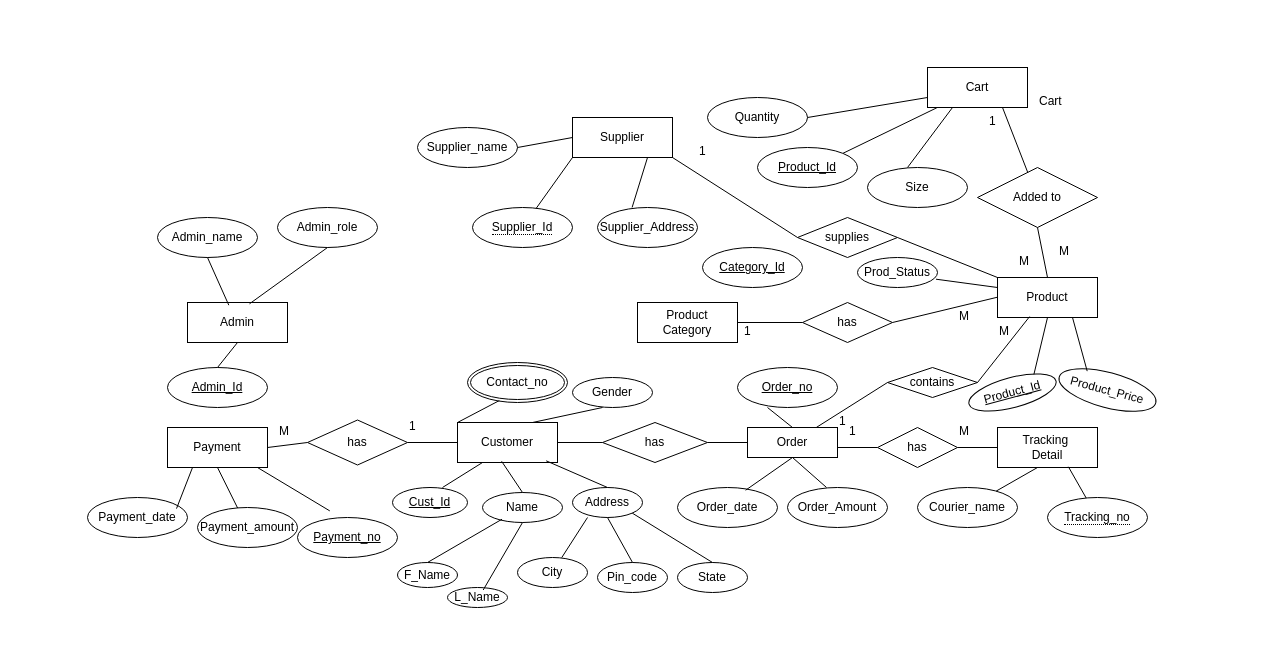
Before: Untitled Diagram.drawio in GitFather47/SmartKroy-Online-Shopping-App, a draw.io diagram. Source tidied: cells renumbered, new cells numbered last; positions are measured from the earlier drawing's top-left corner, leaving out a move shared by most shapes. Both pictures are drawn from the tidied source at 100%, with x=0, y=0 at pixel (87, 67).
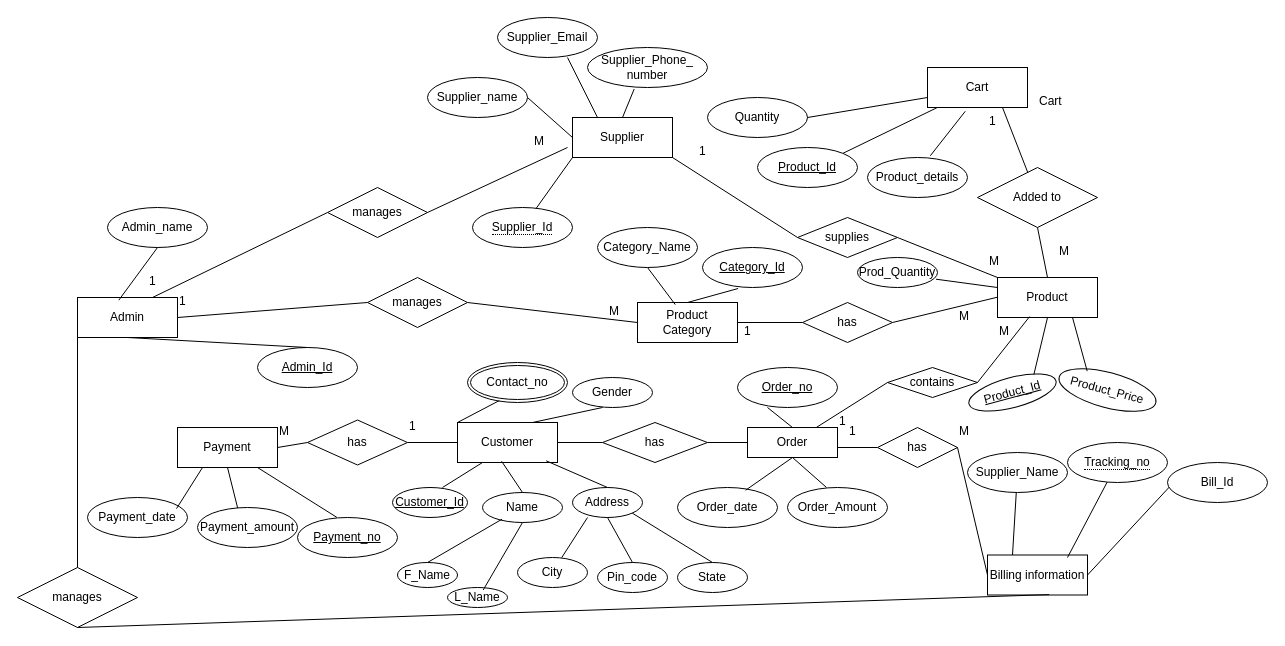
The same page after the edit.

Unchanged cells that the change refers to:
```xml
<mxCell id="2" value="Cart" style="whiteSpace=wrap;html=1;align=center;" parent="1" vertex="1">
  <mxGeometry x="840" width="100" height="40" as="geometry" />
</mxCell>
<mxCell id="25" value="Supplier" style="whiteSpace=wrap;html=1;align=center;" parent="1" vertex="1">
  <mxGeometry x="485" y="50" width="100" height="40" as="geometry" />
</mxCell>
<mxCell id="34" value="Product&lt;div&gt;Category&lt;/div&gt;" style="whiteSpace=wrap;html=1;align=center;" parent="1" vertex="1">
  <mxGeometry x="550" y="235" width="100" height="40" as="geometry" />
</mxCell>
<mxCell id="36" value="Category_Id" style="ellipse;whiteSpace=wrap;html=1;align=center;fontStyle=4;" parent="1" vertex="1">
  <mxGeometry x="615" y="180" width="100" height="40" as="geometry" />
</mxCell>
<mxCell id="78" value="Payment_no" style="ellipse;whiteSpace=wrap;html=1;align=center;fontStyle=4;" parent="1" vertex="1">
  <mxGeometry x="210" y="450" width="100" height="40" as="geometry" />
</mxCell>
```

The edit, as a diff of the source:
```diff
@@
-    <mxCell id="4" value="Size" style="ellipse;whiteSpace=wrap;html=1;align=center;" parent="1" vertex="1">
-      <mxGeometry x="780" y="100" width="100" height="40" as="geometry" />
-    </mxCell>
@@
-    <mxCell id="6" style="endArrow=none;html=1;rounded=0;entryX=0.25;entryY=1;entryDx=0;entryDy=0;" parent="1" edge="1" target="2">
-      <mxGeometry relative="1" as="geometry">
-        <mxPoint x="820" y="100" as="sourcePoint" />
-      </mxGeometry>
-    </mxCell>
@@
     <mxCell id="14" value="M" style="text;whiteSpace=wrap;html=1;" parent="1" vertex="1">
-      <mxGeometry x="930" y="180" width="60" height="40" as="geometry" />
+      <mxGeometry x="900" y="180" width="60" height="40" as="geometry" />
     </mxCell>
@@
     <mxCell id="28" value="Supplier_name" style="ellipse;whiteSpace=wrap;html=1;align=center;" parent="1" vertex="1">
-      <mxGeometry x="330" y="60" width="100" height="40" as="geometry" />
+      <mxGeometry x="340" y="10" width="100" height="40" as="geometry" />
     </mxCell>
@@
-    <mxCell id="30" value="Supplier_Address" style="ellipse;whiteSpace=wrap;html=1;align=center;" parent="1" vertex="1">
-      <mxGeometry x="510" y="140" width="100" height="40" as="geometry" />
+    <mxCell id="30" value="Supplier_Email" style="ellipse;whiteSpace=wrap;html=1;align=center;" parent="1" vertex="1">
+      <mxGeometry x="410" y="-50" width="100" height="40" as="geometry" />
     </mxCell>
@@
-    <mxCell id="33" style="endArrow=none;html=1;rounded=0;exitX=0.346;exitY=-0.001;exitDx=0;exitDy=0;exitPerimeter=0;entryX=0.75;entryY=1;entryDx=0;entryDy=0;" parent="1" edge="1" source="30" target="25">
-      <mxGeometry relative="1" as="geometry" />
+    <mxCell id="33" style="endArrow=none;html=1;rounded=0;entryX=0.25;entryY=0;entryDx=0;entryDy=0;" parent="1" edge="1" target="25">
+      <mxGeometry relative="1" as="geometry">
+        <mxPoint x="480" y="-10" as="sourcePoint" />
+      </mxGeometry>
     </mxCell>
@@
-    <mxCell id="37" value="Prod_Status" style="ellipse;whiteSpace=wrap;html=1;align=center;" parent="1" vertex="1">
+    <mxCell id="37" value="Prod_Quantity" style="ellipse;whiteSpace=wrap;html=1;align=center;" parent="1" vertex="1">
       <mxGeometry x="770" y="190" width="80" height="30" as="geometry" />
     </mxCell>
@@
-    <mxCell id="48" value="Tracking&amp;nbsp;&lt;div&gt;Detail&lt;/div&gt;" style="whiteSpace=wrap;html=1;align=center;" parent="1" vertex="1">
-      <mxGeometry x="910" y="360" width="100" height="40" as="geometry" />
+    <mxCell id="48" value="Billing information" style="whiteSpace=wrap;html=1;align=center;" parent="1" vertex="1">
+      <mxGeometry x="900" y="487.5" width="100" height="40" as="geometry" />
     </mxCell>
@@
-    <mxCell id="51" value="Courier_name" style="ellipse;whiteSpace=wrap;html=1;align=center;" parent="1" vertex="1">
-      <mxGeometry x="830" y="420" width="100" height="40" as="geometry" />
+    <mxCell id="51" value="Supplier_Name" style="ellipse;whiteSpace=wrap;html=1;align=center;" parent="1" vertex="1">
+      <mxGeometry x="880" y="385" width="100" height="40" as="geometry" />
     </mxCell>
-    <mxCell id="52" style="endArrow=none;html=1;rounded=0;" parent="1" edge="1" source="51">
-      <mxGeometry relative="1" as="geometry">
-        <mxPoint x="950" y="400" as="targetPoint" />
-      </mxGeometry>
+    <mxCell id="52" style="endArrow=none;html=1;rounded=0;entryX=0.25;entryY=0;entryDx=0;entryDy=0;" parent="1" edge="1" source="51" target="48">
+      <mxGeometry relative="1" as="geometry" />
     </mxCell>
     <mxCell id="53" value="&lt;span style=&quot;border-bottom: 1px dotted&quot;&gt;Tracking_no&lt;/span&gt;" style="ellipse;whiteSpace=wrap;html=1;align=center;" parent="1" vertex="1">
-      <mxGeometry x="960" y="430" width="100" height="40" as="geometry" />
+      <mxGeometry x="980" y="375" width="100" height="40" as="geometry" />
     </mxCell>
-    <mxCell id="54" style="endArrow=none;html=1;rounded=0;entryX=0.709;entryY=0.982;entryDx=0;entryDy=0;entryPerimeter=0;" parent="1" edge="1" source="53" target="48">
-      <mxGeometry relative="1" as="geometry" />
+    <mxCell id="54" style="endArrow=none;html=1;rounded=0;" parent="1" edge="1" source="53">
+      <mxGeometry relative="1" as="geometry">
+        <mxPoint x="980" y="490" as="targetPoint" />
+      </mxGeometry>
     </mxCell>
@@
     <mxCell id="69" value="Payment" style="whiteSpace=wrap;html=1;align=center;" parent="1" vertex="1">
-      <mxGeometry x="80" y="360" width="100" height="40" as="geometry" />
+      <mxGeometry x="90" y="360" width="100" height="40" as="geometry" />
     </mxCell>
@@
-    <mxCell id="77" style="endArrow=none;html=1;rounded=0;" parent="1" edge="1">
+    <mxCell id="77" style="endArrow=none;html=1;rounded=0;entryX=0.394;entryY=-0.003;entryDx=0;entryDy=0;entryPerimeter=0;" parent="1" edge="1" target="78">
       <mxGeometry relative="1" as="geometry">
         <mxPoint x="170" y="400" as="sourcePoint" />
-        <mxPoint x="242.3" y="443.4" as="targetPoint" />
       </mxGeometry>
     </mxCell>
@@
-    <mxCell id="86" value="Cust_Id" style="ellipse;whiteSpace=wrap;html=1;align=center;fontStyle=4;" parent="1" vertex="1">
+    <mxCell id="86" value="Customer_Id" style="ellipse;whiteSpace=wrap;html=1;align=center;fontStyle=4;" parent="1" vertex="1">
       <mxGeometry x="305" y="420" width="75" height="30" as="geometry" />
     </mxCell>
@@
     <mxCell id="98" value="Admin" style="whiteSpace=wrap;html=1;align=center;" parent="1" vertex="1">
-      <mxGeometry x="100" y="235" width="100" height="40" as="geometry" />
+      <mxGeometry x="-10" y="230" width="100" height="40" as="geometry" />
     </mxCell>
     <mxCell id="99" value="Admin_name" style="ellipse;whiteSpace=wrap;html=1;align=center;" parent="1" vertex="1">
-      <mxGeometry x="70" y="150" width="100" height="40" as="geometry" />
+      <mxGeometry x="20" y="140" width="100" height="40" as="geometry" />
     </mxCell>
-    <mxCell id="100" value="Admin_role" style="ellipse;whiteSpace=wrap;html=1;align=center;" parent="1" vertex="1">
-      <mxGeometry x="190" y="140" width="100" height="40" as="geometry" />
-    </mxCell>
-    <mxCell id="101" style="endArrow=none;html=1;rounded=0;exitX=0.62;exitY=0.033;exitDx=0;exitDy=0;exitPerimeter=0;entryX=0.5;entryY=1;entryDx=0;entryDy=0;" parent="1" edge="1" source="98" target="100">
-      <mxGeometry relative="1" as="geometry" />
-    </mxCell>
@@
     <mxCell id="103" value="Admin_Id" style="ellipse;whiteSpace=wrap;html=1;align=center;fontStyle=4;" parent="1" vertex="1">
-      <mxGeometry x="80" y="300" width="100" height="40" as="geometry" />
+      <mxGeometry x="170" y="280" width="100" height="40" as="geometry" />
     </mxCell>
@@
+    <mxCell id="106" value="manages" style="shape=rhombus;perimeter=rhombusPerimeter;whiteSpace=wrap;html=1;align=center;" parent="1" vertex="1">
+      <mxGeometry x="280" y="210" width="100" height="50" as="geometry" />
+    </mxCell>
+    <mxCell id="107" style="endArrow=none;html=1;rounded=0;exitX=1;exitY=0.5;exitDx=0;exitDy=0;entryX=0;entryY=0.5;entryDx=0;entryDy=0;" parent="1" edge="1" source="98" target="106">
+      <mxGeometry relative="1" as="geometry" />
+    </mxCell>
+    <mxCell id="108" style="endArrow=none;html=1;rounded=0;exitX=1;exitY=0.5;exitDx=0;exitDy=0;entryX=0;entryY=0.5;entryDx=0;entryDy=0;" parent="1" edge="1" source="106" target="34">
+      <mxGeometry relative="1" as="geometry" />
+    </mxCell>
+    <mxCell id="109" value="1" style="text;whiteSpace=wrap;html=1;" parent="1" vertex="1">
+      <mxGeometry x="90" y="220" width="40" height="30" as="geometry" />
+    </mxCell>
+    <mxCell id="110" value="M" style="text;whiteSpace=wrap;html=1;" parent="1" vertex="1">
+      <mxGeometry x="520" y="230" width="60" height="40" as="geometry" />
+    </mxCell>
+    <mxCell id="111" style="endArrow=none;html=1;rounded=0;exitX=0.75;exitY=0;exitDx=0;exitDy=0;entryX=0;entryY=0.5;entryDx=0;entryDy=0;" parent="1" edge="1" source="98" target="112">
+      <mxGeometry relative="1" as="geometry" />
+    </mxCell>
+    <mxCell id="112" value="manages" style="shape=rhombus;perimeter=rhombusPerimeter;whiteSpace=wrap;html=1;align=center;" parent="1" vertex="1">
+      <mxGeometry x="240" y="120" width="100" height="50" as="geometry" />
+    </mxCell>
+    <mxCell id="113" style="endArrow=none;html=1;rounded=0;exitX=1;exitY=0.5;exitDx=0;exitDy=0;" parent="1" edge="1" source="112">
+      <mxGeometry relative="1" as="geometry">
+        <mxPoint x="480" y="80" as="targetPoint" />
+      </mxGeometry>
+    </mxCell>
+    <mxCell id="114" value="M" style="text;whiteSpace=wrap;html=1;" parent="1" vertex="1">
+      <mxGeometry x="445" y="60" width="40" height="30" as="geometry" />
+    </mxCell>
+    <mxCell id="115" value="Supplier_Phone_&lt;div&gt;number&lt;/div&gt;" style="ellipse;whiteSpace=wrap;html=1;align=center;" parent="1" vertex="1">
+      <mxGeometry x="500" y="-20" width="120" height="40" as="geometry" />
+    </mxCell>
+    <mxCell id="116" style="endArrow=none;html=1;rounded=0;exitX=0.389;exitY=1.039;exitDx=0;exitDy=0;exitPerimeter=0;entryX=0.5;entryY=0;entryDx=0;entryDy=0;" parent="1" edge="1" source="115" target="25">
+      <mxGeometry relative="1" as="geometry" />
+    </mxCell>
+    <mxCell id="117" style="endArrow=none;html=1;rounded=0;exitX=0.5;exitY=0;exitDx=0;exitDy=0;entryX=0.356;entryY=1.025;entryDx=0;entryDy=0;entryPerimeter=0;" parent="1" edge="1" source="34" target="36">
+      <mxGeometry relative="1" as="geometry" />
+    </mxCell>
+    <mxCell id="118" style="endArrow=none;html=1;rounded=0;exitX=0.5;exitY=1;exitDx=0;exitDy=0;entryX=0.378;entryY=0.053;entryDx=0;entryDy=0;entryPerimeter=0;" parent="1" edge="1" target="34">
+      <mxGeometry relative="1" as="geometry">
+        <mxPoint x="560" y="200" as="sourcePoint" />
+      </mxGeometry>
+    </mxCell>
+    <mxCell id="119" value="Category_Name" style="ellipse;whiteSpace=wrap;html=1;align=center;" parent="1" vertex="1">
+      <mxGeometry x="510" y="160" width="100" height="40" as="geometry" />
+    </mxCell>
+    <mxCell id="120" value="Product_details" style="ellipse;whiteSpace=wrap;html=1;align=center;" parent="1" vertex="1">
+      <mxGeometry x="780" y="90" width="100" height="40" as="geometry" />
+    </mxCell>
+    <mxCell id="121" style="endArrow=none;html=1;rounded=0;exitX=0.378;exitY=1.094;exitDx=0;exitDy=0;exitPerimeter=0;entryX=0.628;entryY=-0.044;entryDx=0;entryDy=0;entryPerimeter=0;" parent="1" edge="1" source="2" target="120">
+      <mxGeometry relative="1" as="geometry" />
+    </mxCell>
+    <mxCell id="122" style="endArrow=none;html=1;rounded=0;entryX=1;entryY=0.5;entryDx=0;entryDy=0;" parent="1" edge="1" target="48">
+      <mxGeometry relative="1" as="geometry">
+        <mxPoint x="1100" y="400" as="sourcePoint" />
+      </mxGeometry>
+    </mxCell>
+    <mxCell id="123" value="Bill_Id" style="ellipse;whiteSpace=wrap;html=1;align=center;" parent="1" vertex="1">
+      <mxGeometry x="1080" y="395" width="100" height="40" as="geometry" />
+    </mxCell>
+    <mxCell id="124" value="manages" style="shape=rhombus;perimeter=rhombusPerimeter;whiteSpace=wrap;html=1;align=center;" parent="1" vertex="1">
+      <mxGeometry x="-70" y="500" width="120" height="60" as="geometry" />
+    </mxCell>
+    <mxCell id="125" style="endArrow=none;html=1;rounded=0;entryX=0;entryY=0.5;entryDx=0;entryDy=0;" parent="1" edge="1" source="124" target="98">
+      <mxGeometry relative="1" as="geometry" />
+    </mxCell>
+    <mxCell id="126" style="endArrow=none;html=1;rounded=0;exitX=0.5;exitY=1;exitDx=0;exitDy=0;entryX=0.617;entryY=0.99;entryDx=0;entryDy=0;entryPerimeter=0;" parent="1" edge="1" source="124" target="48">
+      <mxGeometry relative="1" as="geometry" />
+    </mxCell>
+    <mxCell id="127" value="1" style="text;whiteSpace=wrap;html=1;" parent="1" vertex="1">
+      <mxGeometry x="60" y="200" width="40" height="30" as="geometry" />
+    </mxCell>
```
